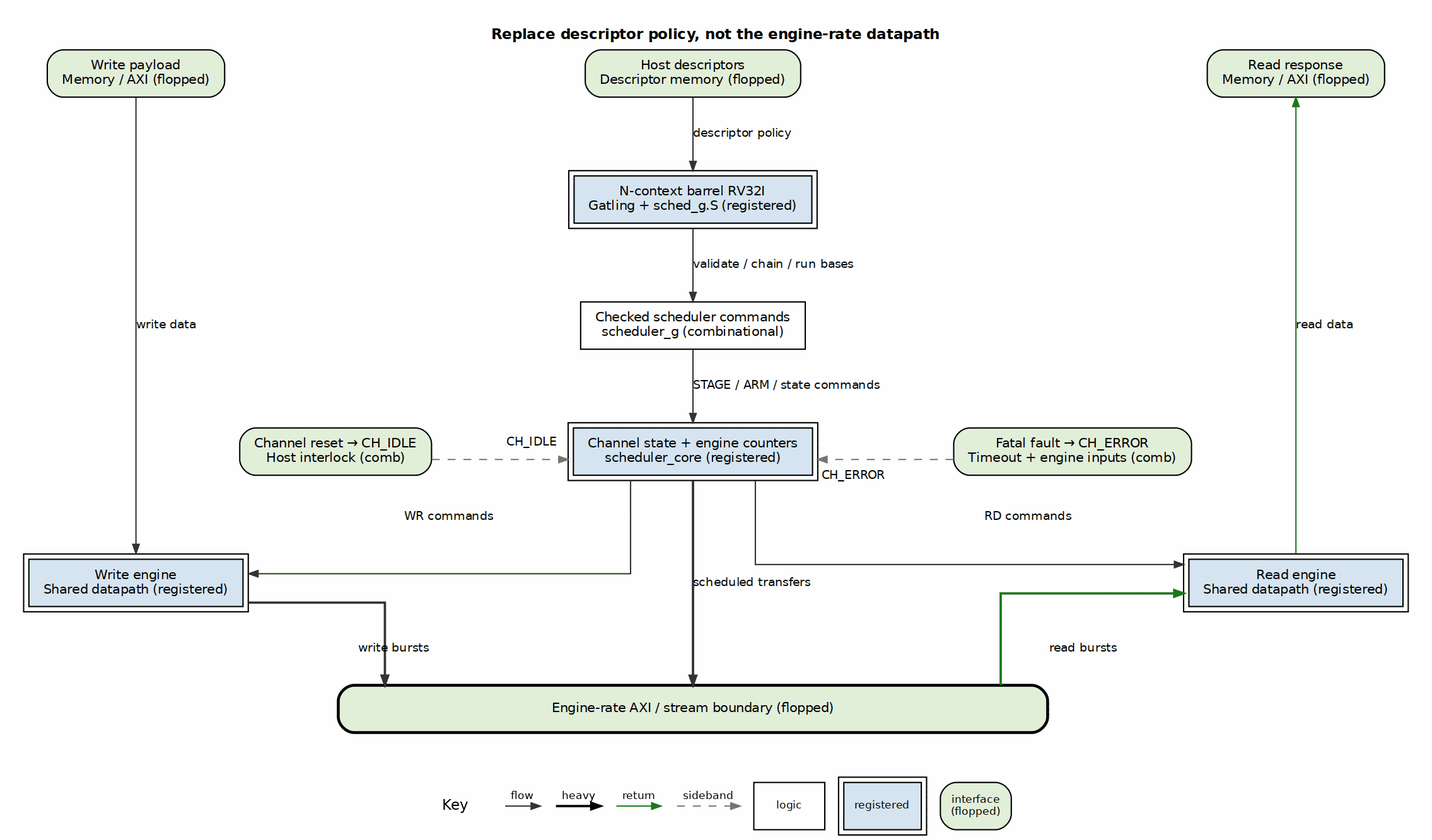
Earlier version of the Graphviz export articles/assets/dma_fsm_barrel_control.png (sean-galloway/RTLDesignSherpa). Its source is kept beside it as articles/assets/dma_fsm_barrel_control.dot.
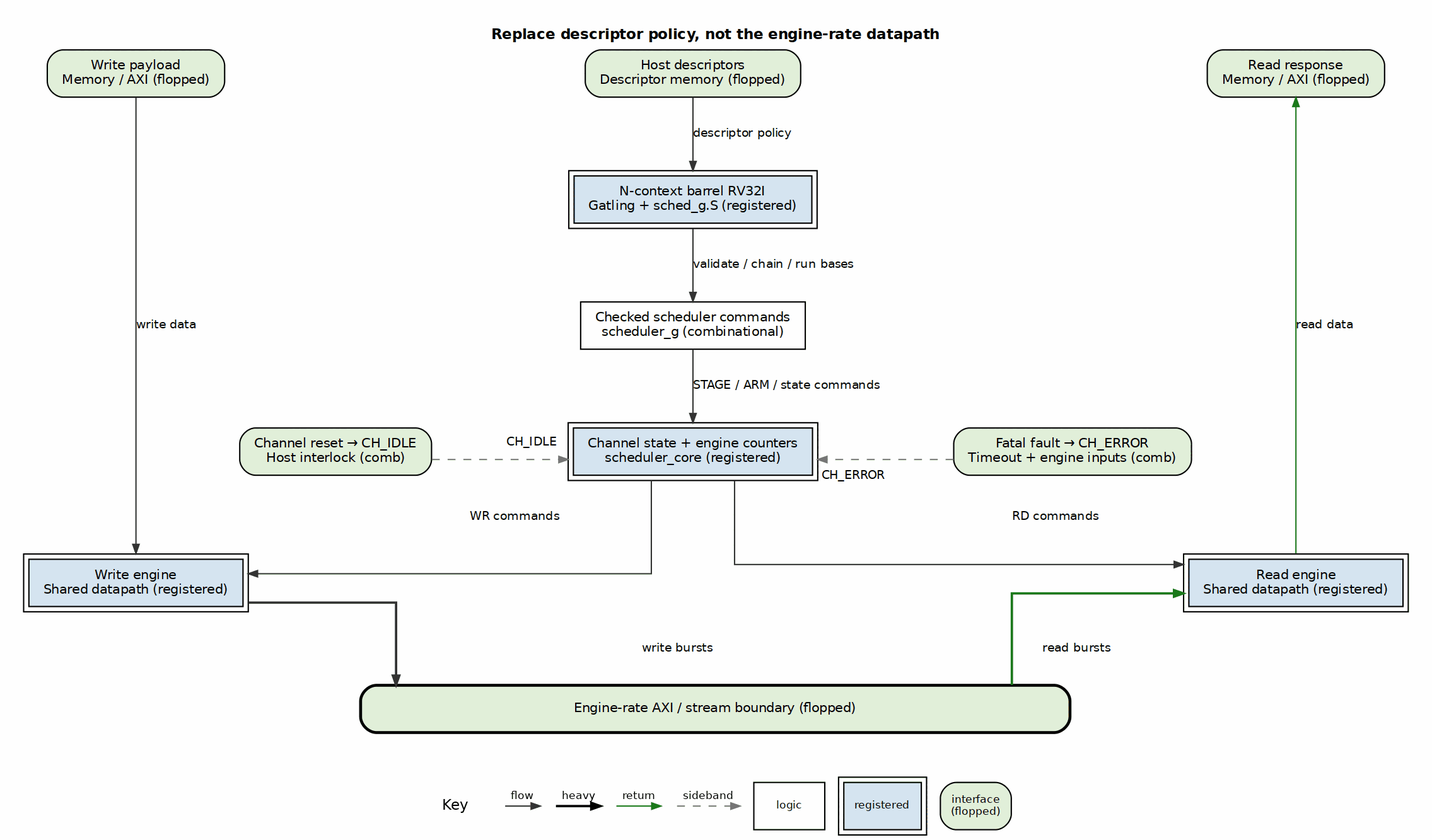
After the change.

Commit message:
docs(articles): route DMA transfers through engines

Diff of the diagram source:
```diff
@@ -46,7 +46,6 @@
   cmdport -> core [label="STAGE / ARM / state commands"];
   core -> write_engine [label="WR commands"];
   core -> read_engine [label="RD commands"];
-  core -> boundary [label="scheduled transfers", penwidth=1.8];
 
   write_in -> write_engine [label="write data"];
   write_engine -> boundary [label="write bursts", penwidth=1.8];
```
